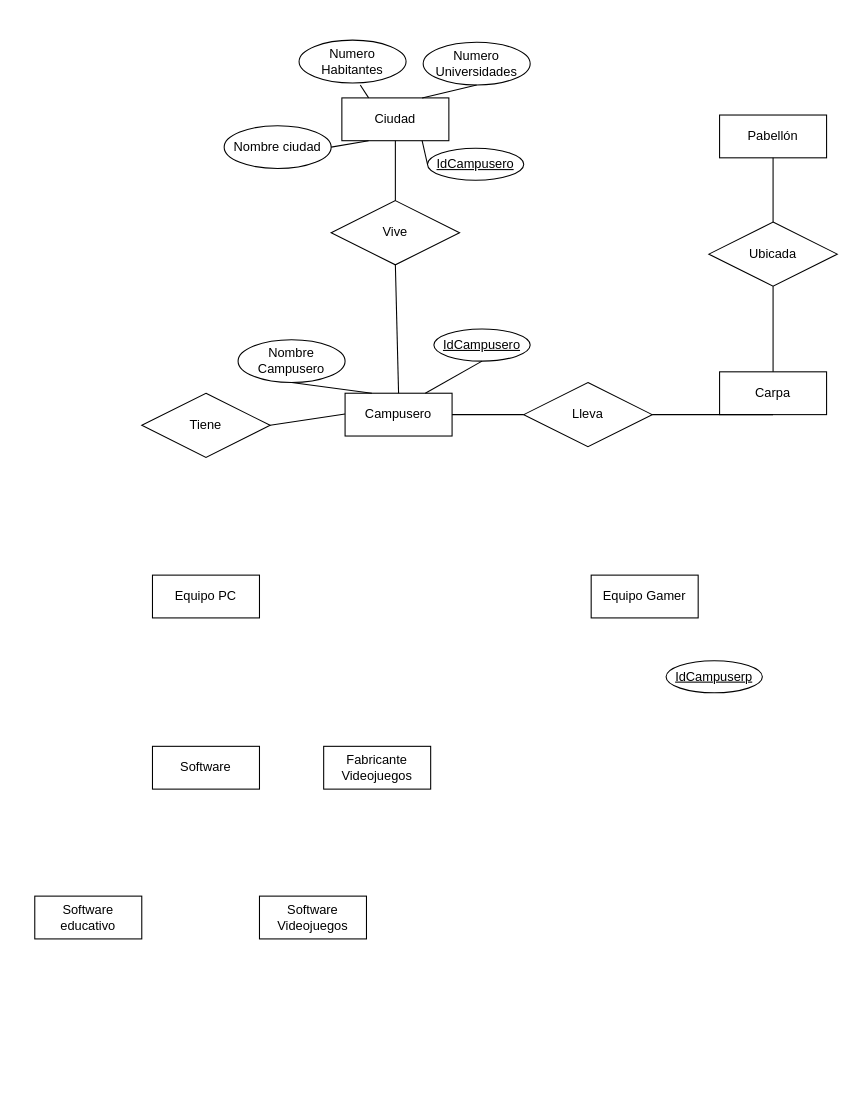
Above: Diagrama sin título.drawio in TatianaVZ5/gdatos. (draw.io), before the change. Source tidied: cells renumbered, new cells numbered last; positions are measured from the earlier drawing's top-left corner, leaving out a move shared by most shapes. Both pictures are drawn from the tidied source at 107%, with x=0, y=0 at pixel (34, 40).
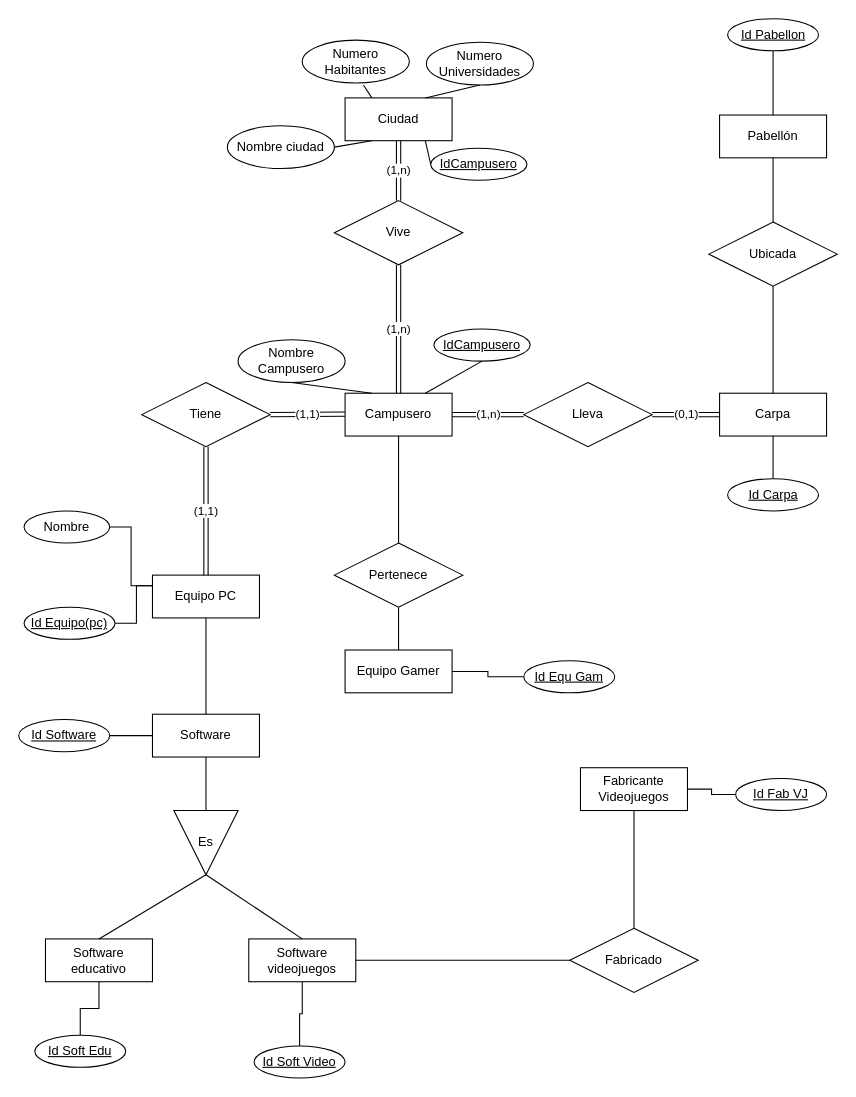
The same page after the edit.

The change refers to these unchanged cells:
```xml
<mxCell id="2" value="Campusero" style="whiteSpace=wrap;html=1;align=center;" parent="1" vertex="1">
  <mxGeometry x="290" y="330" width="100" height="40" as="geometry" />
</mxCell>
<mxCell id="8" value="Pabellón" style="whiteSpace=wrap;html=1;align=center;" parent="1" vertex="1">
  <mxGeometry x="640" y="70" width="100" height="40" as="geometry" />
</mxCell>
<mxCell id="9" value="Equipo PC" style="whiteSpace=wrap;html=1;align=center;" parent="1" vertex="1">
  <mxGeometry x="110" y="500" width="100" height="40" as="geometry" />
</mxCell>
<mxCell id="15" value="Lleva" style="shape=rhombus;perimeter=rhombusPerimeter;whiteSpace=wrap;html=1;align=center;" parent="1" vertex="1">
  <mxGeometry x="457" y="320" width="120" height="60" as="geometry" />
</mxCell>
```

Change to the diagram source:
```diff
@@
-    <mxCell id="4" value="IdCampuserp" style="ellipse;whiteSpace=wrap;html=1;align=center;fontStyle=4;" parent="1" vertex="1">
-      <mxGeometry x="590" y="580" width="90" height="30" as="geometry" />
-    </mxCell>
     <mxCell id="5" value="Ciudad" style="whiteSpace=wrap;html=1;align=center;" parent="1" vertex="1">
-      <mxGeometry x="287" y="54" width="100" height="40" as="geometry" />
+      <mxGeometry x="290" y="54" width="100" height="40" as="geometry" />
     </mxCell>
+    <mxCell id="36" style="edgeStyle=orthogonalEdgeStyle;rounded=0;jettySize=auto;html=1;strokeColor=default;align=center;verticalAlign=middle;fontFamily=Helvetica;fontSize=11;fontColor=default;labelBackgroundColor=default;endArrow=none;endFill=0;" parent="1" edge="1" source="6" target="59">
+      <mxGeometry relative="1" as="geometry" />
+    </mxCell>
     <mxCell id="6" value="Equipo Gamer" style="whiteSpace=wrap;html=1;align=center;" parent="1" vertex="1">
-      <mxGeometry x="520" y="500" width="100" height="40" as="geometry" />
+      <mxGeometry x="290" y="570" width="100" height="40" as="geometry" />
     </mxCell>
+    <mxCell id="37" style="edgeStyle=orthogonalEdgeStyle;rounded=0;jettySize=auto;html=1;strokeColor=default;align=center;verticalAlign=middle;fontFamily=Helvetica;fontSize=11;fontColor=default;labelBackgroundColor=default;endArrow=none;endFill=0;" parent="1" edge="1" source="7" target="56">
+      <mxGeometry relative="1" as="geometry" />
+    </mxCell>
     <mxCell id="7" value="Carpa" style="whiteSpace=wrap;html=1;align=center;" parent="1" vertex="1">
-      <mxGeometry x="640" y="310" width="100" height="40" as="geometry" />
+      <mxGeometry x="640" y="330" width="100" height="40" as="geometry" />
     </mxCell>
@@
     <mxCell id="10" value="Software" style="whiteSpace=wrap;html=1;align=center;" parent="1" vertex="1">
-      <mxGeometry x="110" y="660" width="100" height="40" as="geometry" />
+      <mxGeometry x="110" y="630" width="100" height="40" as="geometry" />
     </mxCell>
     <mxCell id="11" value="Software educativo" style="whiteSpace=wrap;html=1;align=center;" parent="1" vertex="1">
-      <mxGeometry y="800" width="100" height="40" as="geometry" />
+      <mxGeometry x="10" y="840" width="100" height="40" as="geometry" />
     </mxCell>
+    <mxCell id="38" style="edgeStyle=orthogonalEdgeStyle;rounded=0;jettySize=auto;html=1;strokeColor=default;align=center;verticalAlign=middle;fontFamily=Helvetica;fontSize=11;fontColor=default;labelBackgroundColor=default;endArrow=none;endFill=0;" parent="1" edge="1" source="12" target="64">
+      <mxGeometry relative="1" as="geometry" />
+    </mxCell>
-    <mxCell id="12" value="Software Videojuegos" style="whiteSpace=wrap;html=1;align=center;" parent="1" vertex="1">
-      <mxGeometry x="210" y="800" width="100" height="40" as="geometry" />
+    <mxCell id="12" value="Software videojuegos" style="whiteSpace=wrap;html=1;align=center;" parent="1" vertex="1">
+      <mxGeometry x="200" y="840" width="100" height="40" as="geometry" />
     </mxCell>
+    <mxCell id="39" style="edgeStyle=orthogonalEdgeStyle;rounded=0;jettySize=auto;html=1;strokeColor=default;align=center;verticalAlign=middle;fontFamily=Helvetica;fontSize=11;fontColor=default;labelBackgroundColor=default;endArrow=none;endFill=0;" parent="1" edge="1" source="13" target="65">
+      <mxGeometry relative="1" as="geometry" />
+    </mxCell>
     <mxCell id="13" value="Fabricante Videojuegos" style="whiteSpace=wrap;html=1;align=center;" parent="1" vertex="1">
-      <mxGeometry x="270" y="660" width="100" height="40" as="geometry" />
+      <mxGeometry x="510" y="680" width="100" height="40" as="geometry" />
     </mxCell>
@@
     <mxCell id="16" value="Tiene" style="shape=rhombus;perimeter=rhombusPerimeter;whiteSpace=wrap;html=1;align=center;" parent="1" vertex="1">
-      <mxGeometry x="100" y="330" width="120" height="60" as="geometry" />
+      <mxGeometry x="100" y="320" width="120" height="60" as="geometry" />
     </mxCell>
     <mxCell id="17" value="Vive" style="shape=rhombus;perimeter=rhombusPerimeter;whiteSpace=wrap;html=1;align=center;" parent="1" vertex="1">
-      <mxGeometry x="277" y="150" width="120" height="60" as="geometry" />
+      <mxGeometry x="280" y="150" width="120" height="60" as="geometry" />
     </mxCell>
-    <mxCell id="18" style="endArrow=none;html=1;rounded=0;exitX=0.5;exitY=0;exitDx=0;exitDy=0;entryX=0.5;entryY=1;entryDx=0;entryDy=0;" parent="1" edge="1" source="2" target="17">
+    <mxCell id="18" value="(1,n)" style="endArrow=none;html=1;rounded=0;exitX=0.5;exitY=0;exitDx=0;exitDy=0;entryX=0.5;entryY=1;entryDx=0;entryDy=0;shape=link;" parent="1" edge="1" source="2" target="17">
       <mxGeometry relative="1" as="geometry" />
     </mxCell>
@@
-    <mxCell id="21" style="endArrow=none;html=1;rounded=0;entryX=0.5;entryY=1;entryDx=0;entryDy=0;exitX=0.5;exitY=0;exitDx=0;exitDy=0;" parent="1" edge="1" source="17" target="5">
+    <mxCell id="21" value="(1,n)" style="endArrow=none;html=1;rounded=0;entryX=0.5;entryY=1;entryDx=0;entryDy=0;exitX=0.5;exitY=0;exitDx=0;exitDy=0;shape=link;" parent="1" edge="1" source="17" target="5">
       <mxGeometry relative="1" as="geometry" />
     </mxCell>
     <mxCell id="22" value="IdCampusero" style="ellipse;whiteSpace=wrap;html=1;align=center;fontStyle=4;" parent="1" vertex="1">
-      <mxGeometry x="367" y="101" width="90" height="30" as="geometry" />
+      <mxGeometry x="370" y="101" width="90" height="30" as="geometry" />
     </mxCell>
     <mxCell id="23" value="Numero Habitantes" style="ellipse;whiteSpace=wrap;html=1;align=center;" parent="1" vertex="1">
-      <mxGeometry x="247" width="100" height="40" as="geometry" />
+      <mxGeometry x="250" width="100" height="40" as="geometry" />
     </mxCell>
     <mxCell id="24" value="Numero Universidades" style="ellipse;whiteSpace=wrap;html=1;align=center;" parent="1" vertex="1">
-      <mxGeometry x="363" y="2" width="100" height="40" as="geometry" />
+      <mxGeometry x="366" y="2" width="100" height="40" as="geometry" />
     </mxCell>
@@
     <mxCell id="28" value="Nombre ciudad" style="ellipse;whiteSpace=wrap;html=1;align=center;" parent="1" vertex="1">
-      <mxGeometry x="177" y="80" width="100" height="40" as="geometry" />
+      <mxGeometry x="180" y="80" width="100" height="40" as="geometry" />
     </mxCell>
@@
-    <mxCell id="30" style="endArrow=none;html=1;rounded=0;exitX=1;exitY=0.5;exitDx=0;exitDy=0;" parent="1" edge="1" source="16">
+    <mxCell id="30" value="(1,1)" style="endArrow=none;html=1;rounded=0;exitX=1;exitY=0.5;exitDx=0;exitDy=0;shape=link;" parent="1" edge="1" source="16">
       <mxGeometry relative="1" as="geometry">
         <mxPoint x="290" y="349.5" as="targetPoint" />
       </mxGeometry>
     </mxCell>
@@
-    <mxCell id="32" style="endArrow=none;html=1;rounded=0;exitX=1;exitY=0.5;exitDx=0;exitDy=0;entryX=0;entryY=0.5;entryDx=0;entryDy=0;" parent="1" edge="1" source="2" target="15">
+    <mxCell id="32" value="(1,n)" style="endArrow=none;html=1;rounded=0;exitX=1;exitY=0.5;exitDx=0;exitDy=0;entryX=0;entryY=0.5;entryDx=0;entryDy=0;shape=link;" parent="1" edge="1" source="2" target="15">
       <mxGeometry relative="1" as="geometry" />
     </mxCell>
-    <mxCell id="33" style="endArrow=none;html=1;rounded=0;exitX=1;exitY=0.5;exitDx=0;exitDy=0;entryX=0.5;entryY=1;entryDx=0;entryDy=0;" parent="1" edge="1" source="15" target="7">
+    <mxCell id="33" value="(0,1)" style="endArrow=none;html=1;rounded=0;exitX=1;exitY=0.5;exitDx=0;exitDy=0;entryX=0;entryY=0.5;entryDx=0;entryDy=0;shape=link;" parent="1" edge="1" source="15" target="7">
       <mxGeometry relative="1" as="geometry" />
     </mxCell>
@@
+    <mxCell id="40" style="endArrow=none;html=1;rounded=0;exitX=0.5;exitY=1;exitDx=0;exitDy=0;entryX=0.5;entryY=0;entryDx=0;entryDy=0;" parent="1" edge="1" source="9" target="10">
+      <mxGeometry relative="1" as="geometry" />
+    </mxCell>
+    <mxCell id="41" value="(1,1)" style="endArrow=none;html=1;rounded=0;exitX=0.5;exitY=1;exitDx=0;exitDy=0;entryX=0.5;entryY=0;entryDx=0;entryDy=0;shape=link;" parent="1" edge="1" source="16" target="9">
+      <mxGeometry relative="1" as="geometry" />
+    </mxCell>
+    <mxCell id="42" value="Es" style="triangle;whiteSpace=wrap;html=1;dashed=0;direction=south;" parent="1" vertex="1">
+      <mxGeometry x="130" y="720" width="60" height="60" as="geometry" />
+    </mxCell>
+    <mxCell id="43" style="endArrow=none;html=1;rounded=0;exitX=0.5;exitY=1;exitDx=0;exitDy=0;entryX=0;entryY=0.5;entryDx=0;entryDy=0;" parent="1" edge="1" source="10" target="42">
+      <mxGeometry relative="1" as="geometry" />
+    </mxCell>
+    <mxCell id="44" style="endArrow=none;html=1;rounded=0;exitX=1;exitY=0.5;exitDx=0;exitDy=0;entryX=0.5;entryY=0;entryDx=0;entryDy=0;" parent="1" edge="1" source="42" target="11">
+      <mxGeometry relative="1" as="geometry" />
+    </mxCell>
+    <mxCell id="45" style="endArrow=none;html=1;rounded=0;exitX=1;exitY=0.5;exitDx=0;exitDy=0;entryX=0.5;entryY=0;entryDx=0;entryDy=0;" parent="1" edge="1" source="42" target="12">
+      <mxGeometry relative="1" as="geometry" />
+    </mxCell>
+    <mxCell id="46" value="Pertenece" style="shape=rhombus;perimeter=rhombusPerimeter;whiteSpace=wrap;html=1;align=center;" parent="1" vertex="1">
+      <mxGeometry x="280" y="470" width="120" height="60" as="geometry" />
+    </mxCell>
+    <mxCell id="47" style="endArrow=none;html=1;rounded=0;exitX=0.5;exitY=1;exitDx=0;exitDy=0;entryX=0.5;entryY=0;entryDx=0;entryDy=0;" parent="1" edge="1" source="2" target="46">
+      <mxGeometry relative="1" as="geometry" />
+    </mxCell>
+    <mxCell id="48" style="endArrow=none;html=1;rounded=0;exitX=0.5;exitY=1;exitDx=0;exitDy=0;entryX=0.5;entryY=0;entryDx=0;entryDy=0;" parent="1" edge="1" source="46" target="6">
+      <mxGeometry relative="1" as="geometry" />
+    </mxCell>
+    <mxCell id="49" value="Fabricado" style="shape=rhombus;perimeter=rhombusPerimeter;whiteSpace=wrap;html=1;align=center;" parent="1" vertex="1">
+      <mxGeometry x="500" y="830" width="120" height="60" as="geometry" />
+    </mxCell>
+    <mxCell id="50" style="endArrow=none;html=1;rounded=0;entryX=0.5;entryY=1;entryDx=0;entryDy=0;exitX=0.5;exitY=0;exitDx=0;exitDy=0;" parent="1" edge="1" source="49" target="13">
+      <mxGeometry relative="1" as="geometry" />
+    </mxCell>
+    <mxCell id="51" style="endArrow=none;html=1;rounded=0;entryX=0;entryY=0.5;entryDx=0;entryDy=0;" parent="1" edge="1" target="49">
+      <mxGeometry relative="1" as="geometry">
+        <mxPoint x="300" y="860" as="sourcePoint" />
+      </mxGeometry>
+    </mxCell>
+    <mxCell id="52" style="edgeStyle=orthogonalEdgeStyle;rounded=0;jettySize=auto;html=1;entryX=0;entryY=0.25;entryDx=0;entryDy=0;endArrow=none;endFill=0;" parent="1" edge="1" source="53" target="9">
+      <mxGeometry relative="1" as="geometry" />
+    </mxCell>
+    <mxCell id="53" value="Nombre" style="ellipse;whiteSpace=wrap;html=1;align=center;" parent="1" vertex="1">
+      <mxGeometry x="-10" y="440" width="80" height="30" as="geometry" />
+    </mxCell>
+    <mxCell id="54" style="edgeStyle=orthogonalEdgeStyle;rounded=0;jettySize=auto;html=1;entryX=0;entryY=0.25;entryDx=0;entryDy=0;endArrow=none;endFill=0;" parent="1" edge="1" source="55" target="9">
+      <mxGeometry relative="1" as="geometry" />
+    </mxCell>
+    <mxCell id="55" value="Id Equipo(pc)" style="ellipse;whiteSpace=wrap;html=1;align=center;fontStyle=4;" parent="1" vertex="1">
+      <mxGeometry x="-10" y="530" width="85" height="30" as="geometry" />
+    </mxCell>
+    <mxCell id="56" value="Id Carpa" style="ellipse;whiteSpace=wrap;html=1;align=center;fontStyle=4;" parent="1" vertex="1">
+      <mxGeometry x="647.5" y="410" width="85" height="30" as="geometry" />
+    </mxCell>
+    <mxCell id="57" style="edgeStyle=orthogonalEdgeStyle;rounded=0;jettySize=auto;html=1;strokeColor=default;align=center;verticalAlign=middle;fontFamily=Helvetica;fontSize=11;fontColor=default;labelBackgroundColor=default;endArrow=none;endFill=0;" parent="1" edge="1" source="58" target="8">
+      <mxGeometry relative="1" as="geometry" />
+    </mxCell>
+    <mxCell id="58" value="Id Pabellon" style="ellipse;whiteSpace=wrap;html=1;align=center;fontStyle=4;" parent="1" vertex="1">
+      <mxGeometry x="647.5" y="-20" width="85" height="30" as="geometry" />
+    </mxCell>
+    <mxCell id="59" value="Id Equ Gam" style="ellipse;whiteSpace=wrap;html=1;align=center;fontStyle=4;" parent="1" vertex="1">
+      <mxGeometry x="457" y="580" width="85" height="30" as="geometry" />
+    </mxCell>
+    <mxCell id="60" style="edgeStyle=orthogonalEdgeStyle;rounded=0;jettySize=auto;html=1;strokeColor=default;align=center;verticalAlign=middle;fontFamily=Helvetica;fontSize=11;fontColor=default;labelBackgroundColor=default;endArrow=none;endFill=0;" parent="1" edge="1" source="61" target="10">
+      <mxGeometry relative="1" as="geometry" />
+    </mxCell>
+    <mxCell id="61" value="Id Software" style="ellipse;whiteSpace=wrap;html=1;align=center;fontStyle=4;" parent="1" vertex="1">
+      <mxGeometry x="-15" y="635" width="85" height="30" as="geometry" />
+    </mxCell>
+    <mxCell id="62" style="edgeStyle=orthogonalEdgeStyle;rounded=0;jettySize=auto;html=1;strokeColor=default;align=center;verticalAlign=middle;fontFamily=Helvetica;fontSize=11;fontColor=default;labelBackgroundColor=default;endArrow=none;endFill=0;" parent="1" edge="1" source="63" target="11">
+      <mxGeometry relative="1" as="geometry" />
+    </mxCell>
+    <mxCell id="63" value="Id Soft Edu" style="ellipse;whiteSpace=wrap;html=1;align=center;fontStyle=4;" parent="1" vertex="1">
+      <mxGeometry y="930" width="85" height="30" as="geometry" />
+    </mxCell>
+    <mxCell id="64" value="Id Soft Video" style="ellipse;whiteSpace=wrap;html=1;align=center;fontStyle=4;" parent="1" vertex="1">
+      <mxGeometry x="205" y="940" width="85" height="30" as="geometry" />
+    </mxCell>
+    <mxCell id="65" value="Id Fab VJ" style="ellipse;whiteSpace=wrap;html=1;align=center;fontStyle=4;" parent="1" vertex="1">
+      <mxGeometry x="655" y="690" width="85" height="30" as="geometry" />
+    </mxCell>
```
